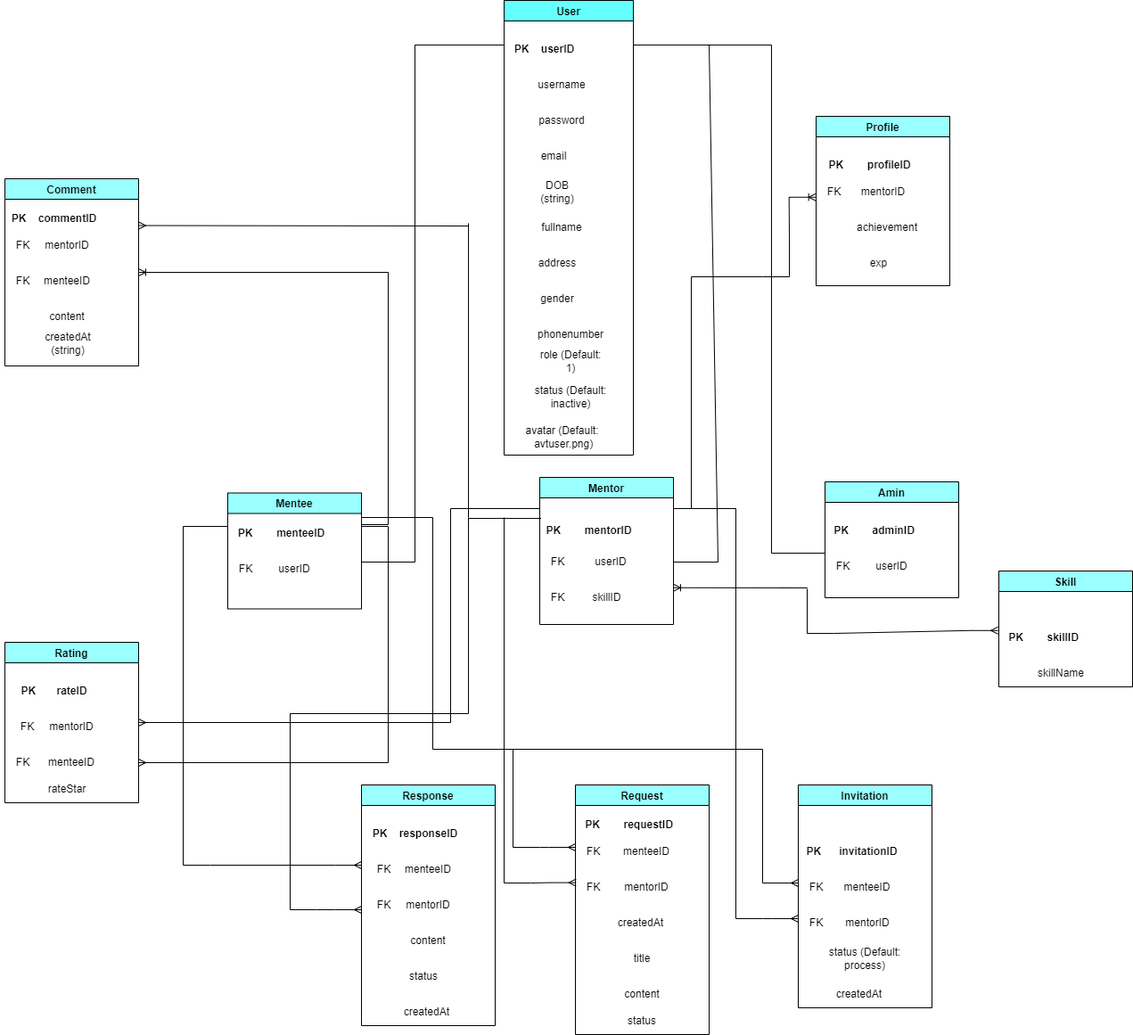
This is HappyProgramming_DB.drawio.png from dungdt23/SWP391_Document, a draw.io export, as it was before one commit. Source tidied: cells renumbered, new cells last; positions are measured from the earlier drawing's top-left corner, leaving out a move shared by most shapes.
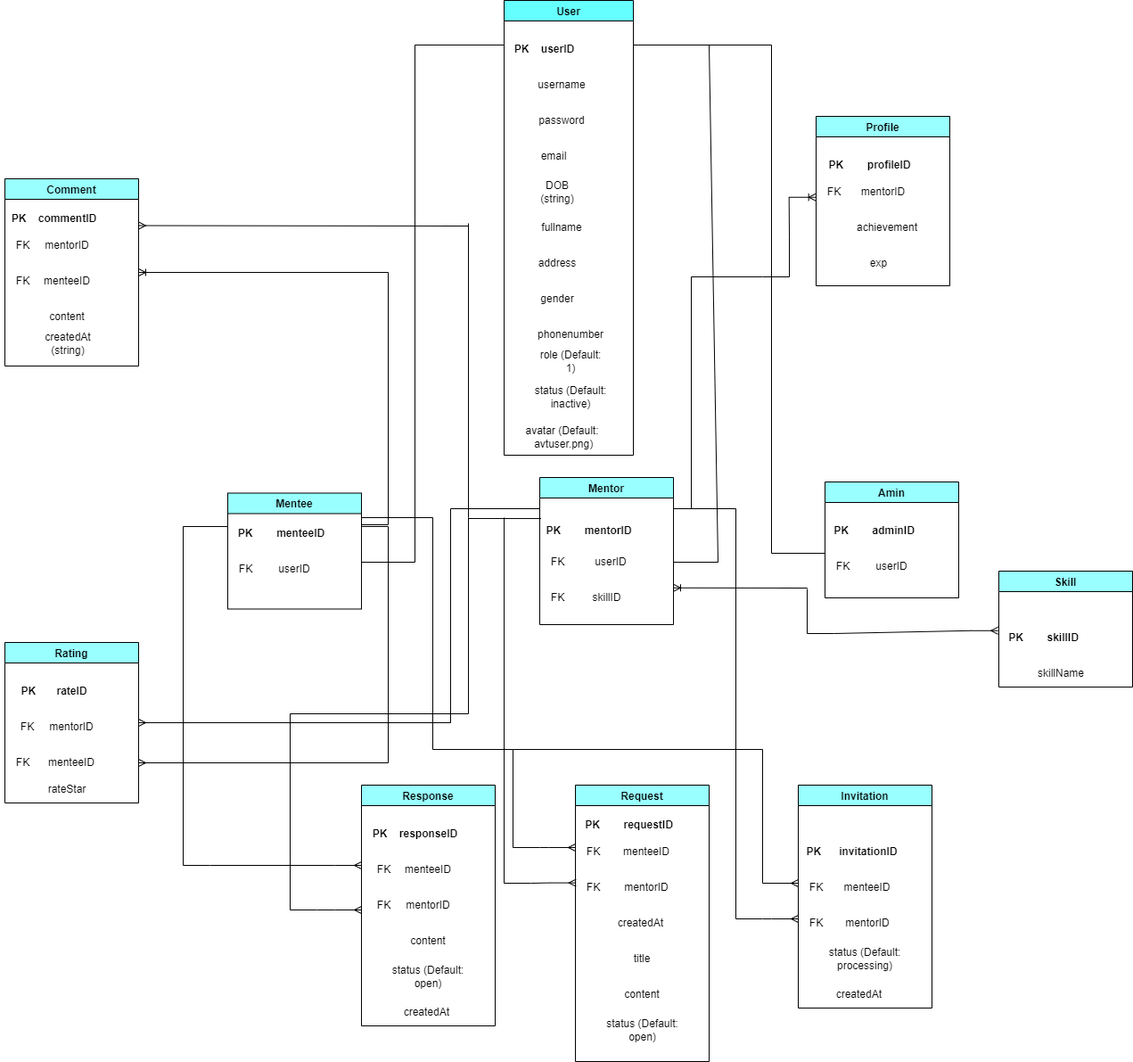
After the change.

Change to the diagram source:
```diff
@@ -93,7 +93,7 @@
       <mxGeometry x="40" y="100" width="60" height="30" as="geometry" />
     </mxCell>
     <mxCell id="32" value="Request" style="swimlane;fillColor=#99FFFF;" parent="1" vertex="1">
-      <mxGeometry x="645" y="880" width="150" height="280" as="geometry" />
+      <mxGeometry x="645" y="880" width="150" height="310" as="geometry" />
     </mxCell>
     <mxCell id="33" value="&lt;b&gt;PK&amp;nbsp;&amp;nbsp;&amp;nbsp;&amp;nbsp;&amp;nbsp;&amp;nbsp;&amp;nbsp; requestID&lt;/b&gt;" style="text;html=1;align=center;verticalAlign=middle;strokeColor=none;fillColor=none;" parent="32" vertex="1">
       <mxGeometry y="30" width="120" height="30" as="geometry" />
@@ -110,8 +110,8 @@
     <mxCell id="37" value="FK" style="text;html=1;align=center;verticalAlign=middle;points=[];strokeColor=none;fillColor=none;" parent="32" vertex="1">
       <mxGeometry y="100" width="40" height="30" as="geometry" />
     </mxCell>
-    <mxCell id="38" value="status" style="text;html=1;strokeColor=none;fillColor=none;align=center;verticalAlign=middle;whiteSpace=wrap;rounded=0;" parent="32" vertex="1">
-      <mxGeometry x="45" y="250" width="60" height="30" as="geometry" />
+    <mxCell id="38" value="status (Default: open)" style="text;html=1;strokeColor=none;fillColor=none;align=center;verticalAlign=middle;whiteSpace=wrap;rounded=0;" parent="32" vertex="1">
+      <mxGeometry x="32.5" y="260" width="85" height="30" as="geometry" />
     </mxCell>
     <mxCell id="39" value="title" style="text;html=1;strokeColor=none;fillColor=none;align=center;verticalAlign=middle;whiteSpace=wrap;rounded=0;" parent="32" vertex="1">
       <mxGeometry x="45" y="180" width="60" height="30" as="geometry" />
@@ -161,7 +161,7 @@
     <mxCell id="54" value="FK" style="text;html=1;align=center;verticalAlign=middle;strokeColor=none;fillColor=none;" parent="49" vertex="1">
       <mxGeometry y="140" width="40" height="30" as="geometry" />
     </mxCell>
-    <mxCell id="55" value="status (Default: process)" style="text;html=1;strokeColor=none;fillColor=none;align=center;verticalAlign=middle;whiteSpace=wrap;rounded=0;" parent="49" vertex="1">
+    <mxCell id="55" value="status (Default: processing)" style="text;html=1;strokeColor=none;fillColor=none;align=center;verticalAlign=middle;whiteSpace=wrap;rounded=0;" parent="49" vertex="1">
       <mxGeometry x="30" y="180" width="90" height="30" as="geometry" />
     </mxCell>
     <mxCell id="56" value="createdAt&amp;nbsp;" style="text;html=1;strokeColor=none;fillColor=none;align=center;verticalAlign=middle;whiteSpace=wrap;rounded=0;" parent="49" vertex="1">
@@ -188,8 +188,8 @@
     <mxCell id="63" value="content" style="text;html=1;strokeColor=none;fillColor=none;align=center;verticalAlign=middle;whiteSpace=wrap;rounded=0;" parent="57" vertex="1">
       <mxGeometry x="45" y="160" width="60" height="30" as="geometry" />
     </mxCell>
-    <mxCell id="64" value="status" style="text;html=1;strokeColor=none;fillColor=none;align=center;verticalAlign=middle;whiteSpace=wrap;rounded=0;" parent="57" vertex="1">
-      <mxGeometry x="40" y="200" width="60" height="30" as="geometry" />
+    <mxCell id="64" value="status (Default: open)" style="text;html=1;strokeColor=none;fillColor=none;align=center;verticalAlign=middle;whiteSpace=wrap;rounded=0;" parent="57" vertex="1">
+      <mxGeometry x="30" y="200" width="90" height="30" as="geometry" />
     </mxCell>
     <mxCell id="65" value="createdAt&amp;nbsp;" style="text;html=1;strokeColor=none;fillColor=none;align=center;verticalAlign=middle;whiteSpace=wrap;rounded=0;" parent="57" vertex="1">
       <mxGeometry x="45" y="240" width="60" height="30" as="geometry" />
```
